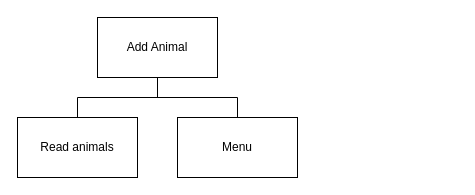
Earlier version of the draw.io diagram page "sd1" (8 of 9) of ah-cs/sdd/AH-SDD-Animals/assets/diagrams/AH-SDD-Animals.drawio (MrFriendCS/MrFriendCS.github.io). Source tidied: cells renumbered, new cells numbered last; positions are measured from the earlier drawing's top-left corner, leaving out a move shared by most shapes. Both pictures are drawn from the tidied source at 100%, with x=0, y=0 at pixel (17, 17).
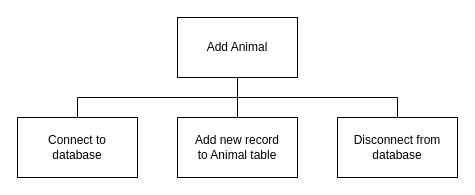
After the change.

What changed in the source:
```diff
@@
 <mxGraphModel>
   <root>
     <mxCell id="0" />
     <mxCell id="1" parent="0" />
     <mxCell id="2" style="edgeStyle=orthogonalEdgeStyle;rounded=0;jettySize=auto;html=1;exitX=0.5;exitY=1;exitDx=0;exitDy=0;endArrow=none;endFill=0;" parent="1" edge="1" source="3">
       <mxGeometry relative="1" as="geometry">
-        <mxPoint x="140" y="80" as="targetPoint" />
+        <mxPoint x="220" y="80" as="targetPoint" />
       </mxGeometry>
     </mxCell>
     <mxCell id="3" value="Add Animal" style="rounded=0;whiteSpace=wrap;html=1;fillColor=none;" parent="1" vertex="1">
-      <mxGeometry x="80" width="120" height="60" as="geometry" />
+      <mxGeometry x="160" width="120" height="60" as="geometry" />
     </mxCell>
     <mxCell id="4" style="edgeStyle=orthogonalEdgeStyle;shape=connector;rounded=0;jettySize=auto;html=1;exitX=0.5;exitY=0;exitDx=0;exitDy=0;strokeColor=default;align=center;verticalAlign=middle;fontFamily=Helvetica;fontSize=11;fontColor=default;labelBackgroundColor=default;endArrow=none;endFill=0;" parent="1" edge="1" source="5">
       <mxGeometry relative="1" as="geometry">
         <mxPoint x="60" y="80" as="targetPoint" />
       </mxGeometry>
     </mxCell>
-    <mxCell id="5" value="Read animals" style="rounded=0;whiteSpace=wrap;html=1;fillColor=none;" parent="1" vertex="1">
+    <mxCell id="5" value="Connect to&lt;div&gt;database&lt;/div&gt;" style="rounded=0;whiteSpace=wrap;html=1;fillColor=none;" parent="1" vertex="1">
       <mxGeometry y="100" width="120" height="60" as="geometry" />
     </mxCell>
     <mxCell id="6" style="edgeStyle=orthogonalEdgeStyle;shape=connector;rounded=0;jettySize=auto;html=1;exitX=0.5;exitY=0;exitDx=0;exitDy=0;strokeColor=default;align=center;verticalAlign=middle;fontFamily=Helvetica;fontSize=11;fontColor=default;labelBackgroundColor=default;endArrow=none;endFill=0;" parent="1" edge="1" source="7">
       <mxGeometry relative="1" as="geometry">
         <mxPoint x="220" y="80" as="targetPoint" />
       </mxGeometry>
     </mxCell>
-    <mxCell id="7" value="Menu" style="rounded=0;whiteSpace=wrap;html=1;fillColor=none;" parent="1" vertex="1">
+    <mxCell id="7" value="Add new record&lt;div&gt;to Animal table&lt;/div&gt;" style="rounded=0;whiteSpace=wrap;html=1;fillColor=none;" parent="1" vertex="1">
       <mxGeometry x="160" y="100" width="120" height="60" as="geometry" />
     </mxCell>
     <mxCell id="8" style="endArrow=none;html=1;rounded=0;" parent="1" edge="1">
       <mxGeometry relative="1" as="geometry">
         <mxPoint x="60" y="80" as="sourcePoint" />
-        <mxPoint x="220" y="80" as="targetPoint" />
+        <mxPoint x="380" y="80" as="targetPoint" />
       </mxGeometry>
     </mxCell>
+    <mxCell id="9" style="edgeStyle=orthogonalEdgeStyle;rounded=0;jettySize=auto;html=1;exitX=0.5;exitY=0;exitDx=0;exitDy=0;endArrow=none;endFill=0;" parent="1" edge="1" source="10">
+      <mxGeometry relative="1" as="geometry">
+        <mxPoint x="380" y="80" as="targetPoint" />
+      </mxGeometry>
+    </mxCell>
+    <mxCell id="10" value="Disconnect from&lt;div&gt;database&lt;/div&gt;" style="rounded=0;whiteSpace=wrap;html=1;fillColor=none;" parent="1" vertex="1">
+      <mxGeometry x="320" y="100" width="120" height="60" as="geometry" />
+    </mxCell>
   </root>
 </mxGraphModel>
```
